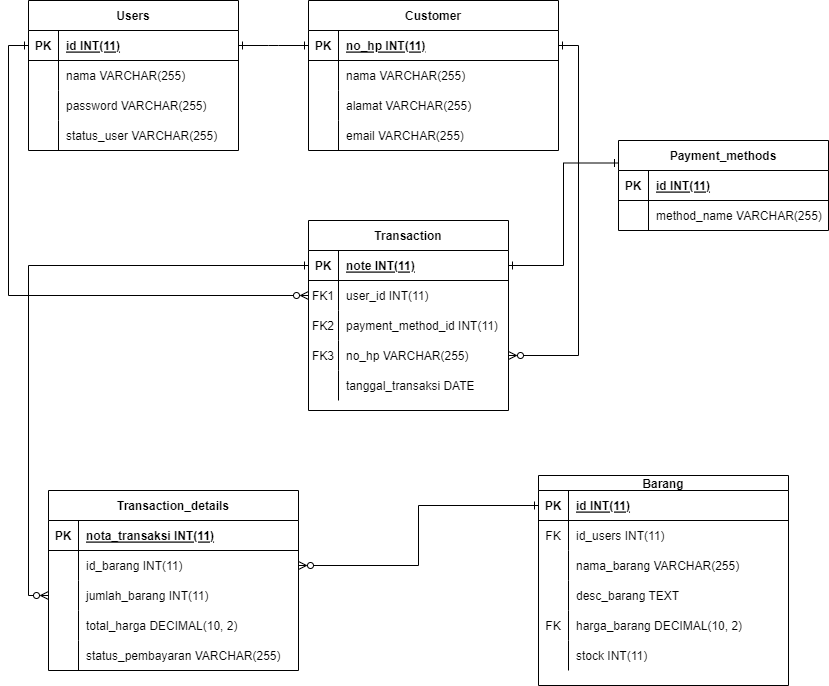
The draw.io diagram tugaskerkom.png in Ruuroka/kelompok1ALTABE19, before a commit. Source tidied: cells renumbered, new cells last; positions are measured from the earlier drawing's top-left corner, leaving out a move shared by most shapes.
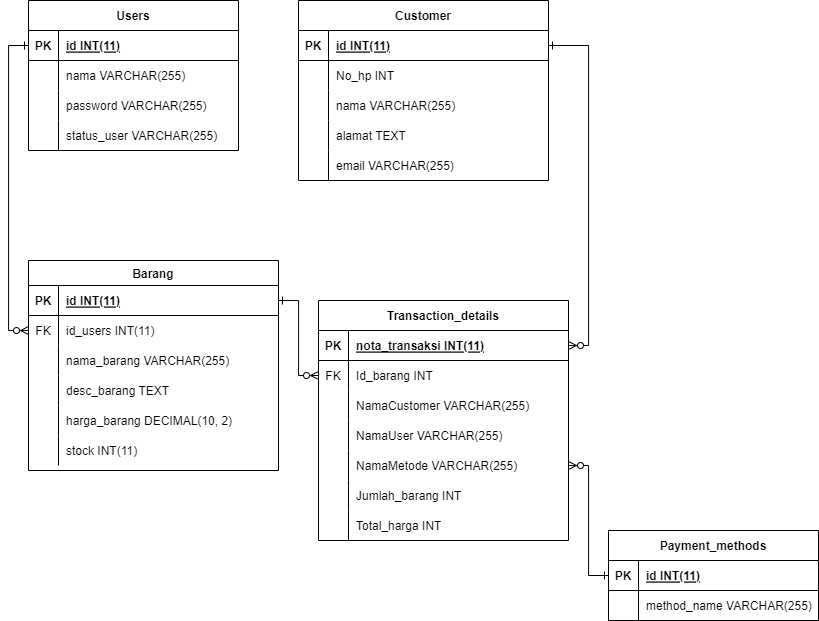
After the change.

Commit message:
update transaksi ERD

Change to the diagram source:
```diff
@@ -2,62 +2,6 @@
   <root>
     <mxCell id="0" />
     <mxCell id="1" parent="0" />
-    <mxCell id="2" style="edgeStyle=entityRelationEdgeStyle;endArrow=ERone;startArrow=ERone;endFill=0;startFill=0;rounded=0;entryX=0;entryY=0.5;entryDx=0;entryDy=0;" parent="1" edge="1" source="20" target="58">
-      <mxGeometry relative="1" as="geometry">
-        <Array as="points">
-          <mxPoint x="150" y="240" />
-          <mxPoint x="140" y="230" />
-        </Array>
-      </mxGeometry>
-    </mxCell>
-    <mxCell id="3" value="Transaction" style="shape=table;startSize=30;rowLines=0;fontStyle=1;align=center;" parent="1" vertex="1">
-      <mxGeometry x="280" y="220" width="200" height="190" as="geometry" />
-    </mxCell>
-    <mxCell id="4" style="shape=partialRectangle;fillColor=none;points=[[0,0.5],[1,0.5]];portConstraint=eastwest;top=0;left=0;right=0;bottom=1;" parent="3" vertex="1">
-      <mxGeometry y="30" width="200" height="30" as="geometry" />
-    </mxCell>
-    <mxCell id="5" value="PK" style="shape=partialRectangle;overflow=hidden;fillColor=none;top=0;left=0;bottom=0;right=0;fontStyle=1;" parent="4" vertex="1">
-      <mxGeometry width="30" height="30" as="geometry" />
-    </mxCell>
-    <mxCell id="6" value="note INT(11)" style="shape=partialRectangle;overflow=hidden;fillColor=none;top=0;left=0;bottom=0;right=0;align=left;spacingLeft=6;fontStyle=5;" parent="4" vertex="1">
-      <mxGeometry x="30" width="170" height="30" as="geometry" />
-    </mxCell>
-    <mxCell id="7" style="shape=partialRectangle;fillColor=none;points=[[0,0.5],[1,0.5]];portConstraint=eastwest;top=0;left=0;right=0;bottom=0;" parent="3" vertex="1">
-      <mxGeometry y="60" width="200" height="30" as="geometry" />
-    </mxCell>
-    <mxCell id="8" value="FK1" style="shape=partialRectangle;overflow=hidden;fillColor=none;top=0;left=0;bottom=0;right=0;" parent="7" vertex="1">
-      <mxGeometry width="30" height="30" as="geometry" />
-    </mxCell>
-    <mxCell id="9" value=" user_id INT(11)" style="shape=partialRectangle;overflow=hidden;fillColor=none;top=0;left=0;bottom=0;right=0;align=left;spacingLeft=6;" parent="7" vertex="1">
-      <mxGeometry x="30" width="170" height="30" as="geometry" />
-    </mxCell>
-    <mxCell id="10" style="shape=partialRectangle;fillColor=none;top=0;left=0;right=0;bottom=0;" parent="3" vertex="1">
-      <mxGeometry y="90" width="200" height="30" as="geometry" />
-    </mxCell>
-    <mxCell id="11" value="FK2" style="shape=partialRectangle;overflow=hidden;fillColor=none;top=0;left=0;bottom=0;right=0;" parent="10" vertex="1">
-      <mxGeometry width="30" height="30" as="geometry" />
-    </mxCell>
-    <mxCell id="12" value="payment_method_id INT(11)" style="shape=partialRectangle;overflow=hidden;fillColor=none;top=0;left=0;bottom=0;right=0;align=left;spacingLeft=6;" parent="10" vertex="1">
-      <mxGeometry x="30" width="170" height="30" as="geometry" />
-    </mxCell>
-    <mxCell id="13" style="shape=partialRectangle;fillColor=none;points=[[0,0.5],[1,0.5]];portConstraint=eastwest;top=0;left=0;right=0;bottom=0;" parent="3" vertex="1">
-      <mxGeometry y="120" width="200" height="30" as="geometry" />
-    </mxCell>
-    <mxCell id="14" value="FK3" style="shape=partialRectangle;overflow=hidden;fillColor=none;top=0;left=0;bottom=0;right=0;" parent="13" vertex="1">
-      <mxGeometry width="30" height="30" as="geometry" />
-    </mxCell>
-    <mxCell id="15" value="no_hp VARCHAR(255)" style="shape=partialRectangle;overflow=hidden;fillColor=none;top=0;left=0;bottom=0;right=0;align=left;spacingLeft=6;" parent="13" vertex="1">
-      <mxGeometry x="30" width="170" height="30" as="geometry" />
-    </mxCell>
-    <mxCell id="16" style="shape=partialRectangle;fillColor=none;top=0;left=0;right=0;bottom=0;" parent="3" vertex="1">
-      <mxGeometry y="150" width="200" height="30" as="geometry" />
-    </mxCell>
-    <mxCell id="17" style="shape=partialRectangle;overflow=hidden;fillColor=none;top=0;left=0;bottom=0;right=0;" parent="16" vertex="1">
-      <mxGeometry width="30" height="30" as="geometry" />
-    </mxCell>
-    <mxCell id="18" value="tanggal_transaksi DATE" style="shape=partialRectangle;overflow=hidden;fillColor=none;top=0;left=0;bottom=0;right=0;align=left;spacingLeft=6;" parent="16" vertex="1">
-      <mxGeometry x="30" width="170" height="30" as="geometry" />
-    </mxCell>
     <mxCell id="19" value="Users" style="shape=table;startSize=30;rowLines=0;fontStyle=1;align=center;" parent="1" vertex="1">
       <mxGeometry width="210" height="150" as="geometry" />
     </mxCell>
@@ -97,11 +41,8 @@
     <mxCell id="31" value="status_user VARCHAR(255)" style="shape=partialRectangle;overflow=hidden;fillColor=none;top=0;left=0;bottom=0;right=0;align=left;spacingLeft=6;" parent="29" vertex="1">
       <mxGeometry x="30" width="180" height="30" as="geometry" />
     </mxCell>
-    <mxCell id="32" style="edgeStyle=orthogonalEdgeStyle;rounded=0;jettySize=auto;html=1;exitX=0;exitY=0.25;exitDx=0;exitDy=0;entryX=1;entryY=0.5;entryDx=0;entryDy=0;startArrow=ERone;startFill=0;endArrow=ERone;endFill=0;" parent="1" edge="1" source="33" target="4">
-      <mxGeometry relative="1" as="geometry" />
-    </mxCell>
     <mxCell id="33" value="Payment_methods" style="shape=table;startSize=30;rowLines=0;fontStyle=1;align=center;" parent="1" vertex="1">
-      <mxGeometry x="590" y="140" width="210" height="90" as="geometry" />
+      <mxGeometry x="580" y="530" width="210" height="90" as="geometry" />
     </mxCell>
     <mxCell id="34" style="shape=partialRectangle;fillColor=none;points=[[0,0.5],[1,0.5]];portConstraint=eastwest;top=0;left=0;right=0;bottom=1;" parent="33" vertex="1">
       <mxGeometry y="30" width="210" height="30" as="geometry" />
@@ -121,11 +62,8 @@
     <mxCell id="39" value="method_name VARCHAR(255)" style="shape=partialRectangle;overflow=hidden;fillColor=none;top=0;left=0;bottom=0;right=0;align=left;spacingLeft=6;" parent="37" vertex="1">
       <mxGeometry x="30" width="180" height="30" as="geometry" />
     </mxCell>
-    <mxCell id="40" style="edgeStyle=orthogonalEdgeStyle;rounded=0;jettySize=auto;html=1;startArrow=ERone;startFill=0;endArrow=ERzeroToMany;endFill=0;exitX=0;exitY=0.5;exitDx=0;exitDy=0;entryX=0;entryY=0.5;entryDx=0;entryDy=0;" parent="1" edge="1" source="20" target="7">
-      <mxGeometry relative="1" as="geometry" />
-    </mxCell>
     <mxCell id="41" value="Transaction_details" style="shape=table;startSize=30;rowLines=0;fontStyle=1;align=center;" parent="1" vertex="1">
-      <mxGeometry x="20" y="490" width="250" height="180" as="geometry" />
+      <mxGeometry x="290" y="300" width="250" height="240" as="geometry" />
     </mxCell>
     <mxCell id="42" style="shape=partialRectangle;fillColor=none;points=[[0,0.5],[1,0.5]];portConstraint=eastwest;top=0;left=0;right=0;bottom=1;" parent="41" vertex="1">
       <mxGeometry y="30" width="250" height="30" as="geometry" />
@@ -139,10 +77,10 @@
     <mxCell id="45" style="shape=partialRectangle;fillColor=none;points=[[0,0.5],[1,0.5]];portConstraint=eastwest;top=0;left=0;right=0;bottom=0;" parent="41" vertex="1">
       <mxGeometry y="60" width="250" height="30" as="geometry" />
     </mxCell>
-    <mxCell id="46" style="shape=partialRectangle;overflow=hidden;fillColor=none;top=0;left=0;bottom=0;right=0;" parent="45" vertex="1">
+    <mxCell id="46" value="FK" style="shape=partialRectangle;overflow=hidden;fillColor=none;top=0;left=0;bottom=0;right=0;" parent="45" vertex="1">
       <mxGeometry width="30" height="30" as="geometry" />
     </mxCell>
-    <mxCell id="47" value="id_barang INT(11)" style="shape=partialRectangle;overflow=hidden;fillColor=none;top=0;left=0;bottom=0;right=0;align=left;spacingLeft=6;" parent="45" vertex="1">
+    <mxCell id="47" value="Id_barang INT" style="shape=partialRectangle;overflow=hidden;fillColor=none;top=0;left=0;bottom=0;right=0;align=left;spacingLeft=6;" parent="45" vertex="1">
       <mxGeometry x="30" width="220" height="30" as="geometry" />
     </mxCell>
     <mxCell id="48" style="shape=partialRectangle;fillColor=none;points=[[0,0.5],[1,0.5]];portConstraint=eastwest;top=0;left=0;right=0;bottom=0;" parent="41" vertex="1">
@@ -151,7 +89,7 @@
     <mxCell id="49" style="shape=partialRectangle;overflow=hidden;fillColor=none;top=0;left=0;bottom=0;right=0;" parent="48" vertex="1">
       <mxGeometry width="30" height="30" as="geometry" />
     </mxCell>
-    <mxCell id="50" value="jumlah_barang INT(11)" style="shape=partialRectangle;overflow=hidden;fillColor=none;top=0;left=0;bottom=0;right=0;align=left;spacingLeft=6;" parent="48" vertex="1">
+    <mxCell id="50" value="NamaCustomer VARCHAR(255)" style="shape=partialRectangle;overflow=hidden;fillColor=none;top=0;left=0;bottom=0;right=0;align=left;spacingLeft=6;" parent="48" vertex="1">
       <mxGeometry x="30" width="220" height="30" as="geometry" />
     </mxCell>
     <mxCell id="51" style="shape=partialRectangle;fillColor=none;top=0;left=0;right=0;bottom=0;" parent="41" vertex="1">
@@ -160,7 +98,7 @@
     <mxCell id="52" style="shape=partialRectangle;overflow=hidden;fillColor=none;top=0;left=0;bottom=0;right=0;" parent="51" vertex="1">
       <mxGeometry width="30" height="30" as="geometry" />
     </mxCell>
-    <mxCell id="53" value="total_harga DECIMAL(10, 2)" style="shape=partialRectangle;overflow=hidden;fillColor=none;top=0;left=0;bottom=0;right=0;align=left;spacingLeft=6;" parent="51" vertex="1">
+    <mxCell id="53" value="NamaUser VARCHAR(255)" style="shape=partialRectangle;overflow=hidden;fillColor=none;top=0;left=0;bottom=0;right=0;align=left;spacingLeft=6;" parent="51" vertex="1">
       <mxGeometry x="30" width="220" height="30" as="geometry" />
     </mxCell>
     <mxCell id="54" style="shape=partialRectangle;fillColor=none;points=[[0,0.5],[1,0.5]];portConstraint=eastwest;top=0;left=0;right=0;bottom=0;" parent="41" vertex="1">
@@ -169,11 +107,29 @@
     <mxCell id="55" style="shape=partialRectangle;overflow=hidden;fillColor=none;top=0;left=0;bottom=0;right=0;" parent="54" vertex="1">
       <mxGeometry width="30" height="30" as="geometry" />
     </mxCell>
-    <mxCell id="56" value="status_pembayaran VARCHAR(255)" style="shape=partialRectangle;overflow=hidden;fillColor=none;top=0;left=0;bottom=0;right=0;align=left;spacingLeft=6;" parent="54" vertex="1">
+    <mxCell id="56" value="NamaMetode VARCHAR(255)" style="shape=partialRectangle;overflow=hidden;fillColor=none;top=0;left=0;bottom=0;right=0;align=left;spacingLeft=6;" parent="54" vertex="1">
       <mxGeometry x="30" width="220" height="30" as="geometry" />
     </mxCell>
+    <mxCell id="92" style="shape=partialRectangle;fillColor=none;top=0;left=0;right=0;bottom=0;" parent="41" vertex="1">
+      <mxGeometry y="180" width="250" height="30" as="geometry" />
+    </mxCell>
+    <mxCell id="93" style="shape=partialRectangle;overflow=hidden;fillColor=none;top=0;left=0;bottom=0;right=0;" parent="92" vertex="1">
+      <mxGeometry width="30" height="30" as="geometry" />
+    </mxCell>
+    <mxCell id="94" value="Jumlah_barang INT" style="shape=partialRectangle;overflow=hidden;fillColor=none;top=0;left=0;bottom=0;right=0;align=left;spacingLeft=6;" parent="92" vertex="1">
+      <mxGeometry x="30" width="220" height="30" as="geometry" />
+    </mxCell>
+    <mxCell id="95" style="shape=partialRectangle;fillColor=none;top=0;left=0;right=0;bottom=0;" parent="41" vertex="1">
+      <mxGeometry y="210" width="250" height="30" as="geometry" />
+    </mxCell>
+    <mxCell id="96" style="shape=partialRectangle;overflow=hidden;fillColor=none;top=0;left=0;bottom=0;right=0;" parent="95" vertex="1">
+      <mxGeometry width="30" height="30" as="geometry" />
+    </mxCell>
+    <mxCell id="97" value="Total_harga INT" style="shape=partialRectangle;overflow=hidden;fillColor=none;top=0;left=0;bottom=0;right=0;align=left;spacingLeft=6;" parent="95" vertex="1">
+      <mxGeometry x="30" width="220" height="30" as="geometry" />
+    </mxCell>
     <mxCell id="57" value="Customer" style="shape=table;startSize=30;rowLines=0;fontStyle=1;align=center;" parent="1" vertex="1">
-      <mxGeometry x="280" width="250" height="150" as="geometry" />
+      <mxGeometry x="270" width="250" height="180" as="geometry" />
     </mxCell>
     <mxCell id="58" style="shape=partialRectangle;fillColor=none;points=[[0,0.5],[1,0.5]];portConstraint=eastwest;top=0;left=0;right=0;bottom=1;" parent="57" vertex="1">
       <mxGeometry y="30" width="250" height="30" as="geometry" />
@@ -181,7 +137,7 @@
     <mxCell id="59" value="PK" style="shape=partialRectangle;overflow=hidden;fillColor=none;top=0;left=0;bottom=0;right=0;fontStyle=1;" parent="58" vertex="1">
       <mxGeometry width="30" height="30" as="geometry" />
     </mxCell>
-    <mxCell id="60" value="no_hp INT(11)" style="shape=partialRectangle;overflow=hidden;fillColor=none;top=0;left=0;bottom=0;right=0;align=left;spacingLeft=6;fontStyle=5;" parent="58" vertex="1">
+    <mxCell id="60" value="id INT(11)" style="shape=partialRectangle;overflow=hidden;fillColor=none;top=0;left=0;bottom=0;right=0;align=left;spacingLeft=6;fontStyle=5;" parent="58" vertex="1">
       <mxGeometry x="30" width="220" height="30" as="geometry" />
     </mxCell>
     <mxCell id="61" style="shape=partialRectangle;fillColor=none;top=0;left=0;right=0;bottom=0;" parent="57" vertex="1">
@@ -190,7 +146,7 @@
     <mxCell id="62" style="shape=partialRectangle;overflow=hidden;fillColor=none;top=0;left=0;bottom=0;right=0;" parent="61" vertex="1">
       <mxGeometry width="30" height="30" as="geometry" />
     </mxCell>
-    <mxCell id="63" value="nama VARCHAR(255)" style="shape=partialRectangle;overflow=hidden;fillColor=none;top=0;left=0;bottom=0;right=0;align=left;spacingLeft=6;" parent="61" vertex="1">
+    <mxCell id="63" value="No_hp INT" style="shape=partialRectangle;overflow=hidden;fillColor=none;top=0;left=0;bottom=0;right=0;align=left;spacingLeft=6;" parent="61" vertex="1">
       <mxGeometry x="30" width="220" height="30" as="geometry" />
     </mxCell>
     <mxCell id="64" style="shape=partialRectangle;fillColor=none;top=0;left=0;right=0;bottom=0;" parent="57" vertex="1">
@@ -199,7 +155,7 @@
     <mxCell id="65" style="shape=partialRectangle;overflow=hidden;fillColor=none;top=0;left=0;bottom=0;right=0;" parent="64" vertex="1">
       <mxGeometry width="30" height="30" as="geometry" />
     </mxCell>
-    <mxCell id="66" value="alamat VARCHAR(255)" style="shape=partialRectangle;overflow=hidden;fillColor=none;top=0;left=0;bottom=0;right=0;align=left;spacingLeft=6;" parent="64" vertex="1">
+    <mxCell id="66" value="nama VARCHAR(255)" style="shape=partialRectangle;overflow=hidden;fillColor=none;top=0;left=0;bottom=0;right=0;align=left;spacingLeft=6;" parent="64" vertex="1">
       <mxGeometry x="30" width="220" height="30" as="geometry" />
     </mxCell>
     <mxCell id="67" style="shape=partialRectangle;fillColor=none;top=0;left=0;right=0;bottom=0;" parent="57" vertex="1">
@@ -208,14 +164,23 @@
     <mxCell id="68" style="shape=partialRectangle;overflow=hidden;fillColor=none;top=0;left=0;bottom=0;right=0;" parent="67" vertex="1">
       <mxGeometry width="30" height="30" as="geometry" />
     </mxCell>
-    <mxCell id="69" value="email VARCHAR(255)" style="shape=partialRectangle;overflow=hidden;fillColor=none;top=0;left=0;bottom=0;right=0;align=left;spacingLeft=6;" parent="67" vertex="1">
+    <mxCell id="69" value="alamat TEXT" style="shape=partialRectangle;overflow=hidden;fillColor=none;top=0;left=0;bottom=0;right=0;align=left;spacingLeft=6;" parent="67" vertex="1">
       <mxGeometry x="30" width="220" height="30" as="geometry" />
     </mxCell>
+    <mxCell id="98" style="shape=partialRectangle;fillColor=none;top=0;left=0;right=0;bottom=0;" parent="57" vertex="1">
+      <mxGeometry y="150" width="250" height="30" as="geometry" />
+    </mxCell>
+    <mxCell id="99" style="shape=partialRectangle;overflow=hidden;fillColor=none;top=0;left=0;bottom=0;right=0;" parent="98" vertex="1">
+      <mxGeometry width="30" height="30" as="geometry" />
+    </mxCell>
+    <mxCell id="100" value="email VARCHAR(255)" style="shape=partialRectangle;overflow=hidden;fillColor=none;top=0;left=0;bottom=0;right=0;align=left;spacingLeft=6;" parent="98" vertex="1">
+      <mxGeometry x="30" width="220" height="30" as="geometry" />
+    </mxCell>
-    <mxCell id="70" value="Barang" style="shape=table;startSize=15;rowLines=0;fontStyle=1;align=center;" parent="1" vertex="1">
-      <mxGeometry x="510" y="475" width="250" height="210" as="geometry" />
+    <mxCell id="70" value="Barang" style="shape=table;startSize=25;rowLines=0;fontStyle=1;align=center;" parent="1" vertex="1">
+      <mxGeometry y="260" width="250" height="210" as="geometry" />
     </mxCell>
     <mxCell id="71" style="shape=partialRectangle;fillColor=none;points=[[0,0.5],[1,0.5]];portConstraint=eastwest;top=0;left=0;right=0;bottom=1;" parent="70" vertex="1">
-      <mxGeometry y="15" width="250" height="30" as="geometry" />
+      <mxGeometry y="25" width="250" height="30" as="geometry" />
     </mxCell>
     <mxCell id="72" value="PK" style="shape=partialRectangle;overflow=hidden;fillColor=none;top=0;left=0;bottom=0;right=0;fontStyle=1;" parent="71" vertex="1">
       <mxGeometry width="30" height="30" as="geometry" />
@@ -224,7 +189,7 @@
       <mxGeometry x="30" width="220" height="30" as="geometry" />
     </mxCell>
     <mxCell id="74" style="shape=partialRectangle;fillColor=none;points=[[0,0.5],[1,0.5]];portConstraint=eastwest;top=0;left=0;right=0;bottom=0;" parent="70" vertex="1">
-      <mxGeometry y="45" width="250" height="30" as="geometry" />
+      <mxGeometry y="55" width="250" height="30" as="geometry" />
     </mxCell>
     <mxCell id="75" value="FK" style="shape=partialRectangle;overflow=hidden;fillColor=none;top=0;left=0;bottom=0;right=0;" parent="74" vertex="1">
       <mxGeometry width="30" height="30" as="geometry" />
@@ -233,7 +198,7 @@
       <mxGeometry x="30" width="220" height="30" as="geometry" />
     </mxCell>
     <mxCell id="77" style="shape=partialRectangle;fillColor=none;top=0;left=0;right=0;bottom=0;" parent="70" vertex="1">
-      <mxGeometry y="75" width="250" height="30" as="geometry" />
+      <mxGeometry y="85" width="250" height="30" as="geometry" />
     </mxCell>
     <mxCell id="78" style="shape=partialRectangle;overflow=hidden;fillColor=none;top=0;left=0;bottom=0;right=0;" parent="77" vertex="1">
       <mxGeometry width="30" height="30" as="geometry" />
@@ -242,7 +207,7 @@
       <mxGeometry x="30" width="220" height="30" as="geometry" />
     </mxCell>
     <mxCell id="80" style="shape=partialRectangle;fillColor=none;top=0;left=0;right=0;bottom=0;" parent="70" vertex="1">
-      <mxGeometry y="105" width="250" height="30" as="geometry" />
+      <mxGeometry y="115" width="250" height="30" as="geometry" />
     </mxCell>
     <mxCell id="81" style="shape=partialRectangle;overflow=hidden;fillColor=none;top=0;left=0;bottom=0;right=0;" parent="80" vertex="1">
       <mxGeometry width="30" height="30" as="geometry" />
@@ -251,16 +216,16 @@
       <mxGeometry x="30" width="220" height="30" as="geometry" />
     </mxCell>
     <mxCell id="83" style="shape=partialRectangle;fillColor=none;top=0;left=0;right=0;bottom=0;" parent="70" vertex="1">
-      <mxGeometry y="135" width="250" height="30" as="geometry" />
+      <mxGeometry y="145" width="250" height="30" as="geometry" />
     </mxCell>
-    <mxCell id="84" value="FK" style="shape=partialRectangle;overflow=hidden;fillColor=none;top=0;left=0;bottom=0;right=0;" parent="83" vertex="1">
+    <mxCell id="84" style="shape=partialRectangle;overflow=hidden;fillColor=none;top=0;left=0;bottom=0;right=0;" parent="83" vertex="1">
       <mxGeometry width="30" height="30" as="geometry" />
     </mxCell>
     <mxCell id="85" value="harga_barang DECIMAL(10, 2)" style="shape=partialRectangle;overflow=hidden;fillColor=none;top=0;left=0;bottom=0;right=0;align=left;spacingLeft=6;" parent="83" vertex="1">
       <mxGeometry x="30" width="220" height="30" as="geometry" />
     </mxCell>
     <mxCell id="86" style="shape=partialRectangle;fillColor=none;top=0;left=0;right=0;bottom=0;" parent="70" vertex="1">
-      <mxGeometry y="165" width="250" height="30" as="geometry" />
+      <mxGeometry y="175" width="250" height="30" as="geometry" />
     </mxCell>
     <mxCell id="87" style="shape=partialRectangle;overflow=hidden;fillColor=none;top=0;left=0;bottom=0;right=0;" parent="86" vertex="1">
       <mxGeometry width="30" height="30" as="geometry" />
@@ -268,14 +233,22 @@
     <mxCell id="88" value="stock INT(11)" style="shape=partialRectangle;overflow=hidden;fillColor=none;top=0;left=0;bottom=0;right=0;align=left;spacingLeft=6;" parent="86" vertex="1">
       <mxGeometry x="30" width="220" height="30" as="geometry" />
     </mxCell>
-    <mxCell id="89" style="edgeStyle=orthogonalEdgeStyle;rounded=0;jettySize=auto;html=1;entryX=1;entryY=0.5;entryDx=0;entryDy=0;exitX=1;exitY=0.5;exitDx=0;exitDy=0;startArrow=ERone;startFill=0;endArrow=ERzeroToMany;endFill=0;" parent="1" edge="1" source="58" target="13">
-      <mxGeometry relative="1" as="geometry" />
-    </mxCell>
-    <mxCell id="90" style="edgeStyle=orthogonalEdgeStyle;rounded=0;jettySize=auto;html=1;entryX=1;entryY=0.5;entryDx=0;entryDy=0;startArrow=ERone;startFill=0;endArrow=ERzeroToMany;endFill=0;" parent="1" edge="1" source="71" target="45">
-      <mxGeometry relative="1" as="geometry" />
-    </mxCell>
-    <mxCell id="91" style="edgeStyle=orthogonalEdgeStyle;rounded=0;jettySize=auto;html=1;entryX=0;entryY=0.5;entryDx=0;entryDy=0;startArrow=ERone;startFill=0;endArrow=ERzeroToMany;endFill=0;" parent="1" edge="1" source="4" target="48">
-      <mxGeometry relative="1" as="geometry" />
-    </mxCell>
+    <mxCell id="101" style="edgeStyle=orthogonalEdgeStyle;rounded=0;jettySize=auto;html=1;entryX=0;entryY=0.5;entryDx=0;entryDy=0;exitX=0;exitY=0.5;exitDx=0;exitDy=0;startArrow=ERone;startFill=0;endArrow=ERzeroToMany;endFill=0;" parent="1" edge="1" source="20" target="74">
+      <mxGeometry relative="1" as="geometry" />
+    </mxCell>
+    <mxCell id="102" style="edgeStyle=orthogonalEdgeStyle;rounded=0;jettySize=auto;html=1;entryX=1;entryY=0.5;entryDx=0;entryDy=0;startArrow=ERzeroToMany;startFill=0;endArrow=ERone;endFill=0;" parent="1" edge="1" source="45" target="71">
+      <mxGeometry relative="1" as="geometry" />
+    </mxCell>
+    <mxCell id="103" style="edgeStyle=orthogonalEdgeStyle;rounded=0;jettySize=auto;html=1;entryX=1;entryY=0.5;entryDx=0;entryDy=0;startArrow=ERone;startFill=0;endArrow=ERzeroToMany;endFill=0;" parent="1" edge="1" source="58" target="42">
+      <mxGeometry relative="1" as="geometry" />
+    </mxCell>
+    <mxCell id="104" style="edgeStyle=orthogonalEdgeStyle;rounded=0;jettySize=auto;html=1;entryX=1;entryY=0.5;entryDx=0;entryDy=0;startArrow=ERone;startFill=0;endArrow=ERzeroToMany;endFill=0;exitX=0;exitY=0.5;exitDx=0;exitDy=0;" parent="1" edge="1" source="34" target="54">
+      <mxGeometry relative="1" as="geometry">
+        <Array as="points">
+          <mxPoint x="560" y="575" />
+          <mxPoint x="560" y="465" />
+        </Array>
+      </mxGeometry>
+    </mxCell>
   </root>
 </mxGraphModel>
```
